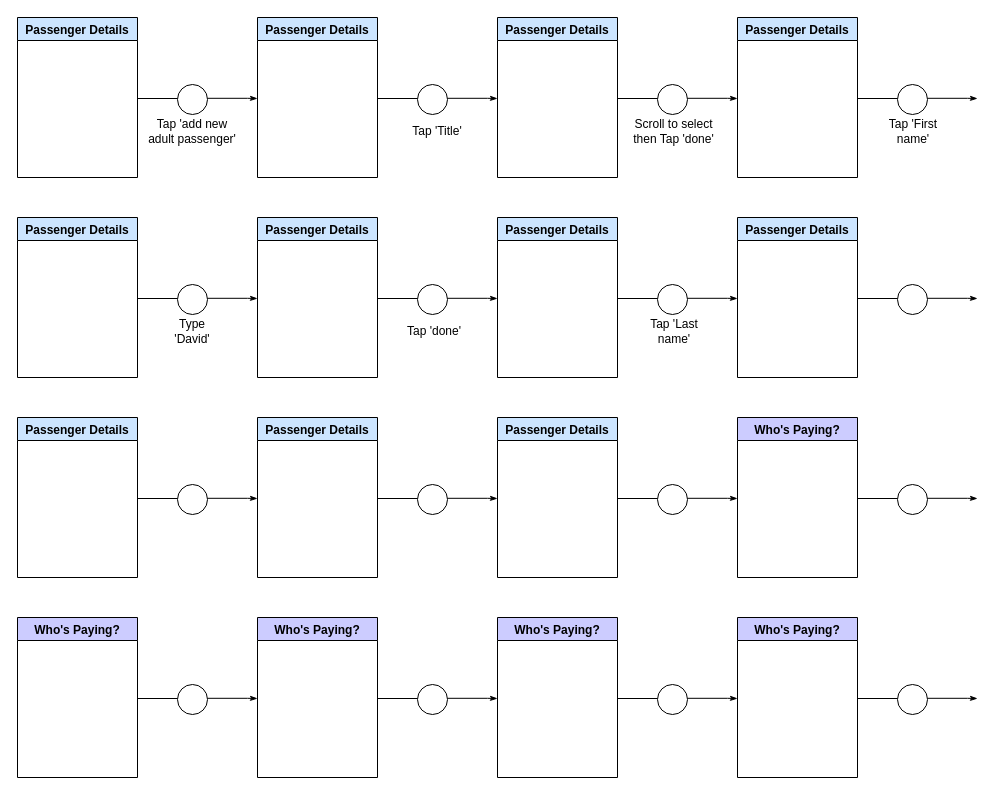
The draw.io diagram page "Page-2" (2 of 3) of Untitled Diagram.drawio in davidjbuchanan/todo_pretty_printed_example, before the edit. Source tidied: cells renumbered, new cells numbered last; positions are measured from the earlier drawing's top-left corner, leaving out a move shared by most shapes. Both pictures are drawn from the tidied source at 100%, with x=0, y=0 at pixel (17, 17).
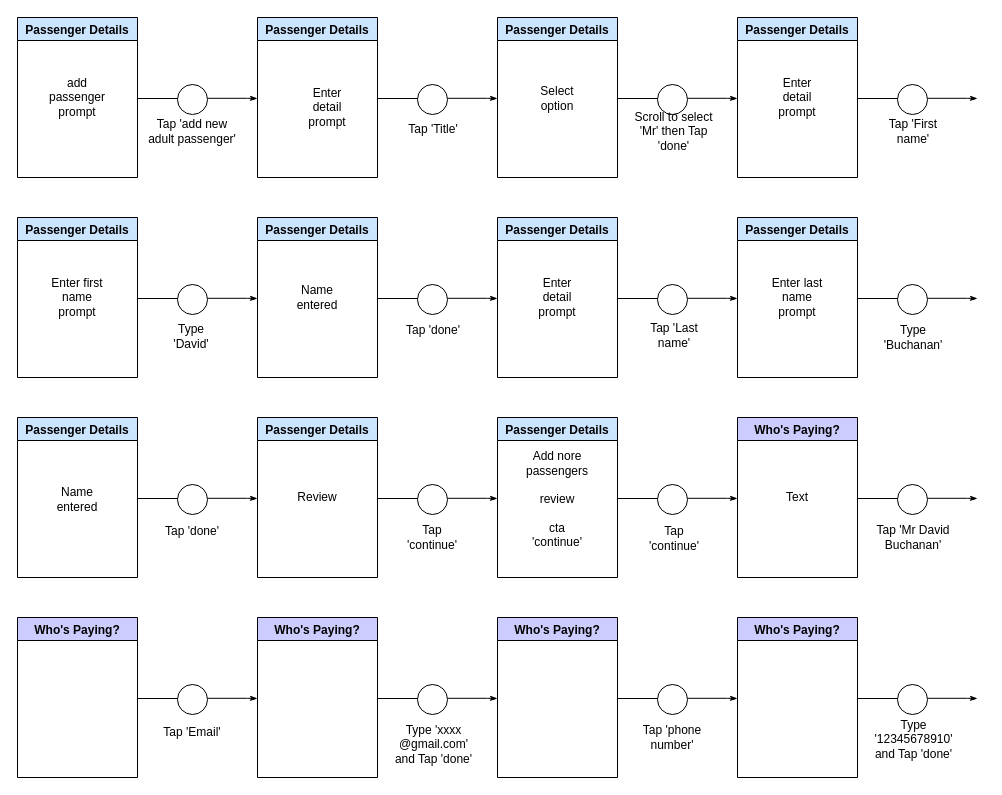
The same diagram, later.

Unchanged cells that the change refers to:
```xml
<mxCell id="3" value="Passenger Details" style="swimlane;fillColor=#CCE5FF;" parent="1" vertex="1">
  <mxGeometry width="120" height="160" as="geometry" />
</mxCell>
<mxCell id="11" value="Passenger Details" style="swimlane;fillColor=#CCE5FF;" parent="1" vertex="1">
  <mxGeometry x="480" width="120" height="160" as="geometry" />
</mxCell>
<mxCell id="15" value="Passenger Details" style="swimlane;fillColor=#CCE5FF;" parent="1" vertex="1">
  <mxGeometry x="720" width="120" height="160" as="geometry" />
</mxCell>
<mxCell id="19" value="Passenger Details" style="swimlane;fillColor=#CCE5FF;" parent="1" vertex="1">
  <mxGeometry y="200" width="120" height="160" as="geometry" />
</mxCell>
<mxCell id="23" value="Passenger Details" style="swimlane;fillColor=#CCE5FF;" parent="1" vertex="1">
  <mxGeometry x="240" y="200" width="120" height="160" as="geometry" />
</mxCell>
<mxCell id="27" value="Passenger Details" style="swimlane;fillColor=#CCE5FF;" parent="1" vertex="1">
  <mxGeometry x="480" y="200" width="120" height="160" as="geometry" />
</mxCell>
<mxCell id="31" value="Passenger Details" style="swimlane;fillColor=#CCE5FF;" parent="1" vertex="1">
  <mxGeometry x="720" y="200" width="120" height="160" as="geometry" />
</mxCell>
<mxCell id="35" value="Passenger Details" style="swimlane;fillColor=#CCE5FF;" parent="1" vertex="1">
  <mxGeometry y="400" width="120" height="160" as="geometry" />
</mxCell>
<mxCell id="39" value="Passenger Details" style="swimlane;fillColor=#CCE5FF;" parent="1" vertex="1">
  <mxGeometry x="240" y="400" width="120" height="160" as="geometry" />
</mxCell>
<mxCell id="43" value="Passenger Details" style="swimlane;fillColor=#CCE5FF;" parent="1" vertex="1">
  <mxGeometry x="480" y="400" width="120" height="160" as="geometry" />
</mxCell>
<mxCell id="47" value="Who's Paying?" style="swimlane;fillColor=#CCCCFF;" parent="1" vertex="1">
  <mxGeometry x="720" y="400" width="120" height="160" as="geometry" />
</mxCell>
```

Diff of the diagram source:
```diff
@@
+    <mxCell id="73" value="add passenger prompt" style="text;html=1;strokeColor=none;fillColor=none;align=center;verticalAlign=middle;whiteSpace=wrap;rounded=0;labelBackgroundColor=none;labelBorderColor=none;" parent="3" vertex="1">
+      <mxGeometry x="30" y="65" width="60" height="30" as="geometry" />
+    </mxCell>
@@
+    <mxCell id="74" value="Select option" style="text;html=1;strokeColor=none;fillColor=none;align=center;verticalAlign=middle;whiteSpace=wrap;rounded=0;labelBackgroundColor=none;labelBorderColor=none;" parent="11" vertex="1">
+      <mxGeometry x="30" y="66" width="60" height="30" as="geometry" />
+    </mxCell>
@@
+    <mxCell id="75" value="Enter detail prompt" style="text;html=1;strokeColor=none;fillColor=none;align=center;verticalAlign=middle;whiteSpace=wrap;rounded=0;labelBackgroundColor=none;labelBorderColor=none;" parent="15" vertex="1">
+      <mxGeometry x="30" y="65" width="60" height="30" as="geometry" />
+    </mxCell>
@@
+    <mxCell id="76" value="Enter first name prompt" style="text;html=1;strokeColor=none;fillColor=none;align=center;verticalAlign=middle;whiteSpace=wrap;rounded=0;labelBackgroundColor=none;labelBorderColor=none;" parent="19" vertex="1">
+      <mxGeometry x="30" y="65" width="60" height="30" as="geometry" />
+    </mxCell>
@@
+    <mxCell id="77" value="Name entered" style="text;html=1;strokeColor=none;fillColor=none;align=center;verticalAlign=middle;whiteSpace=wrap;rounded=0;labelBackgroundColor=none;labelBorderColor=none;" parent="23" vertex="1">
+      <mxGeometry x="30" y="65" width="60" height="30" as="geometry" />
+    </mxCell>
@@
+    <mxCell id="78" value="Enter detail prompt" style="text;html=1;strokeColor=none;fillColor=none;align=center;verticalAlign=middle;whiteSpace=wrap;rounded=0;labelBackgroundColor=none;labelBorderColor=none;" parent="27" vertex="1">
+      <mxGeometry x="30" y="65" width="60" height="30" as="geometry" />
+    </mxCell>
@@
+    <mxCell id="79" value="Enter last name prompt" style="text;html=1;strokeColor=none;fillColor=none;align=center;verticalAlign=middle;whiteSpace=wrap;rounded=0;labelBackgroundColor=none;labelBorderColor=none;" parent="31" vertex="1">
+      <mxGeometry x="30" y="65" width="60" height="30" as="geometry" />
+    </mxCell>
@@
+    <mxCell id="80" value="Name entered" style="text;html=1;strokeColor=none;fillColor=none;align=center;verticalAlign=middle;whiteSpace=wrap;rounded=0;labelBackgroundColor=none;labelBorderColor=none;" parent="35" vertex="1">
+      <mxGeometry x="30" y="67" width="60" height="30" as="geometry" />
+    </mxCell>
@@
+    <mxCell id="81" value="Review" style="text;html=1;strokeColor=none;fillColor=none;align=center;verticalAlign=middle;whiteSpace=wrap;rounded=0;labelBackgroundColor=none;labelBorderColor=none;" parent="39" vertex="1">
+      <mxGeometry x="30" y="65" width="60" height="30" as="geometry" />
+    </mxCell>
@@
+    <mxCell id="82" value="Add nore passengers&lt;br&gt;&lt;br&gt;review&lt;br&gt;&lt;br&gt;cta 'continue'" style="text;html=1;strokeColor=none;fillColor=none;align=center;verticalAlign=middle;whiteSpace=wrap;rounded=0;labelBackgroundColor=none;labelBorderColor=none;" parent="43" vertex="1">
+      <mxGeometry x="30" y="67" width="60" height="30" as="geometry" />
+    </mxCell>
@@
+    <mxCell id="83" value="Text" style="text;html=1;strokeColor=none;fillColor=none;align=center;verticalAlign=middle;whiteSpace=wrap;rounded=0;labelBackgroundColor=none;labelBorderColor=none;" parent="47" vertex="1">
+      <mxGeometry x="30" y="65" width="60" height="30" as="geometry" />
+    </mxCell>
@@
     <mxCell id="67" value="Tap 'Title'" style="text;html=1;strokeColor=none;fillColor=none;align=center;verticalAlign=middle;whiteSpace=wrap;rounded=0;labelBackgroundColor=none;labelBorderColor=none;" parent="1" vertex="1">
-      <mxGeometry x="390" y="99" width="60" height="30" as="geometry" />
+      <mxGeometry x="386" y="97" width="60" height="30" as="geometry" />
     </mxCell>
-    <mxCell id="68" value="Scroll to select then Tap 'done'" style="text;html=1;strokeColor=none;fillColor=none;align=center;verticalAlign=middle;whiteSpace=wrap;rounded=0;labelBackgroundColor=none;labelBorderColor=none;" parent="1" vertex="1">
+    <mxCell id="68" value="Scroll to select 'Mr' then Tap 'done'" style="text;html=1;strokeColor=none;fillColor=none;align=center;verticalAlign=middle;whiteSpace=wrap;rounded=0;labelBackgroundColor=none;labelBorderColor=none;" parent="1" vertex="1">
       <mxGeometry x="614" y="99" width="85" height="30" as="geometry" />
     </mxCell>
@@
-    <mxCell id="70" value="Type 'David'" style="text;html=1;strokeColor=none;fillColor=none;align=center;verticalAlign=middle;whiteSpace=wrap;rounded=0;labelBackgroundColor=none;labelBorderColor=none;" parent="1" vertex="1">
-      <mxGeometry x="145" y="299" width="60" height="30" as="geometry" />
+    <mxCell id="70" value="Type 'Buchanan'" style="text;html=1;strokeColor=none;fillColor=none;align=center;verticalAlign=middle;whiteSpace=wrap;rounded=0;labelBackgroundColor=none;labelBorderColor=none;" parent="1" vertex="1">
+      <mxGeometry x="866" y="305" width="60" height="30" as="geometry" />
     </mxCell>
     <mxCell id="71" value="Tap 'done'" style="text;html=1;strokeColor=none;fillColor=none;align=center;verticalAlign=middle;whiteSpace=wrap;rounded=0;labelBackgroundColor=none;labelBorderColor=none;" parent="1" vertex="1">
-      <mxGeometry x="387" y="299" width="60" height="30" as="geometry" />
+      <mxGeometry x="386" y="298" width="60" height="30" as="geometry" />
     </mxCell>
     <mxCell id="72" value="Tap 'Last name'" style="text;html=1;strokeColor=none;fillColor=none;align=center;verticalAlign=middle;whiteSpace=wrap;rounded=0;labelBackgroundColor=none;labelBorderColor=none;" parent="1" vertex="1">
-      <mxGeometry x="626.5" y="299" width="60" height="30" as="geometry" />
+      <mxGeometry x="626.5" y="303" width="60" height="30" as="geometry" />
     </mxCell>
+    <mxCell id="84" value="Type 'David'" style="text;html=1;strokeColor=none;fillColor=none;align=center;verticalAlign=middle;whiteSpace=wrap;rounded=0;labelBackgroundColor=none;labelBorderColor=none;" parent="1" vertex="1">
+      <mxGeometry x="144" y="304" width="60" height="30" as="geometry" />
+    </mxCell>
+    <mxCell id="85" value="Tap 'done'" style="text;html=1;strokeColor=none;fillColor=none;align=center;verticalAlign=middle;whiteSpace=wrap;rounded=0;labelBackgroundColor=none;labelBorderColor=none;" parent="1" vertex="1">
+      <mxGeometry x="145" y="499" width="60" height="30" as="geometry" />
+    </mxCell>
+    <mxCell id="86" value="Tap 'continue'" style="text;html=1;strokeColor=none;fillColor=none;align=center;verticalAlign=middle;whiteSpace=wrap;rounded=0;labelBackgroundColor=none;labelBorderColor=none;" parent="1" vertex="1">
+      <mxGeometry x="385" y="505" width="60" height="30" as="geometry" />
+    </mxCell>
+    <mxCell id="87" value="Tap 'continue'" style="text;html=1;strokeColor=none;fillColor=none;align=center;verticalAlign=middle;whiteSpace=wrap;rounded=0;labelBackgroundColor=none;labelBorderColor=none;" parent="1" vertex="1">
+      <mxGeometry x="626.5" y="506" width="60" height="30" as="geometry" />
+    </mxCell>
+    <mxCell id="88" value="Tap 'Mr David Buchanan'" style="text;html=1;strokeColor=none;fillColor=none;align=center;verticalAlign=middle;whiteSpace=wrap;rounded=0;labelBackgroundColor=none;labelBorderColor=none;" parent="1" vertex="1">
+      <mxGeometry x="854" y="505" width="84" height="30" as="geometry" />
+    </mxCell>
+    <mxCell id="89" value="Tap 'Email'" style="text;html=1;strokeColor=none;fillColor=none;align=center;verticalAlign=middle;whiteSpace=wrap;rounded=0;labelBackgroundColor=none;labelBorderColor=none;" parent="1" vertex="1">
+      <mxGeometry x="145" y="700" width="60" height="30" as="geometry" />
+    </mxCell>
+    <mxCell id="90" value="Type '12345678910' and Tap 'done'" style="text;html=1;strokeColor=none;fillColor=none;align=center;verticalAlign=middle;whiteSpace=wrap;rounded=0;labelBackgroundColor=none;labelBorderColor=none;" parent="1" vertex="1">
+      <mxGeometry x="854" y="707" width="85" height="30" as="geometry" />
+    </mxCell>
+    <mxCell id="91" value="Tap 'phone number'" style="text;html=1;strokeColor=none;fillColor=none;align=center;verticalAlign=middle;whiteSpace=wrap;rounded=0;labelBackgroundColor=none;labelBorderColor=none;" parent="1" vertex="1">
+      <mxGeometry x="617.5" y="705" width="73.5" height="30" as="geometry" />
+    </mxCell>
+    <mxCell id="92" value="Type 'xxxx @gmail.com' and Tap 'done'" style="text;html=1;strokeColor=none;fillColor=none;align=center;verticalAlign=middle;whiteSpace=wrap;rounded=0;labelBackgroundColor=none;labelBorderColor=none;" parent="1" vertex="1">
+      <mxGeometry x="374" y="712" width="85" height="30" as="geometry" />
+    </mxCell>
+    <mxCell id="93" value="Enter detail prompt" style="text;html=1;strokeColor=none;fillColor=none;align=center;verticalAlign=middle;whiteSpace=wrap;rounded=0;labelBackgroundColor=none;labelBorderColor=none;" parent="1" vertex="1">
+      <mxGeometry x="280" y="75" width="60" height="30" as="geometry" />
+    </mxCell>
```
